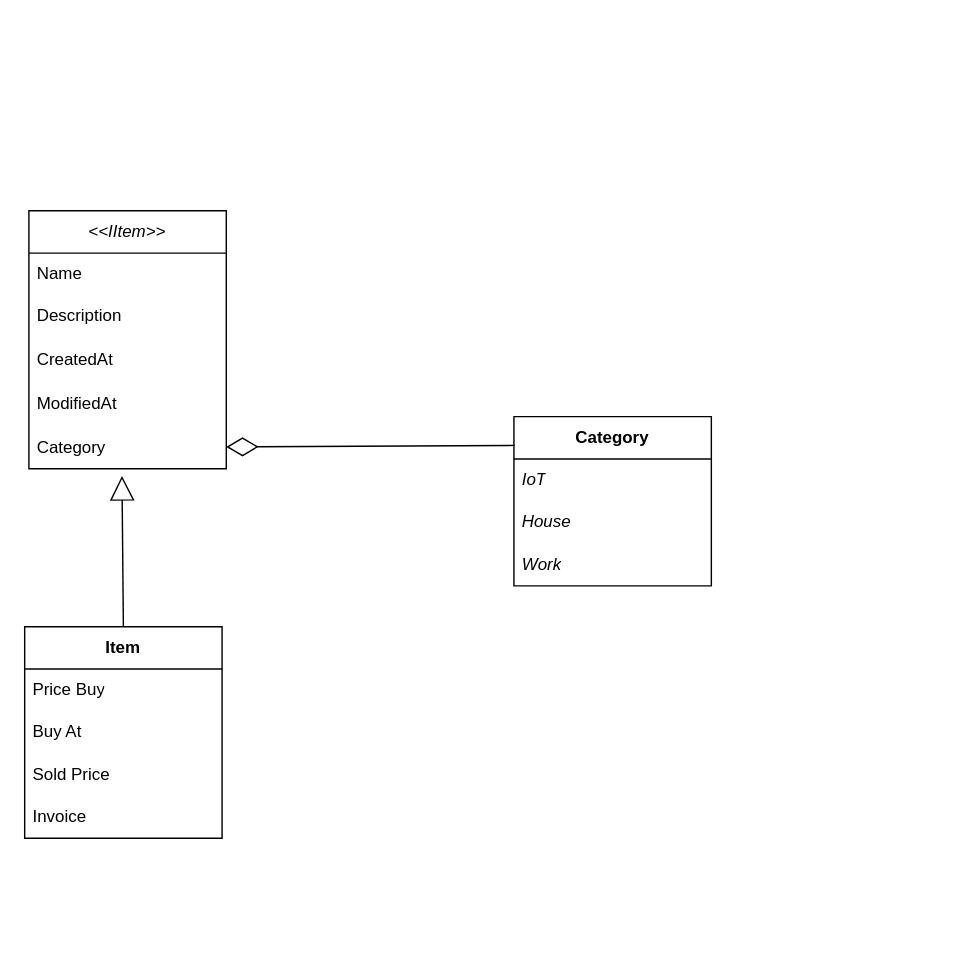
This is page "Page-4" (4 of 6) of ERP_Design.drawio from hththai/go-doc-service, a draw.io file, before an edit. Source tidied: cells renumbered, new cells numbered last; positions are measured from the earlier drawing's top-left corner, leaving out a move shared by most shapes. Both pictures are drawn from the tidied source at 141%, with x=0, y=0 at pixel (24, 210).
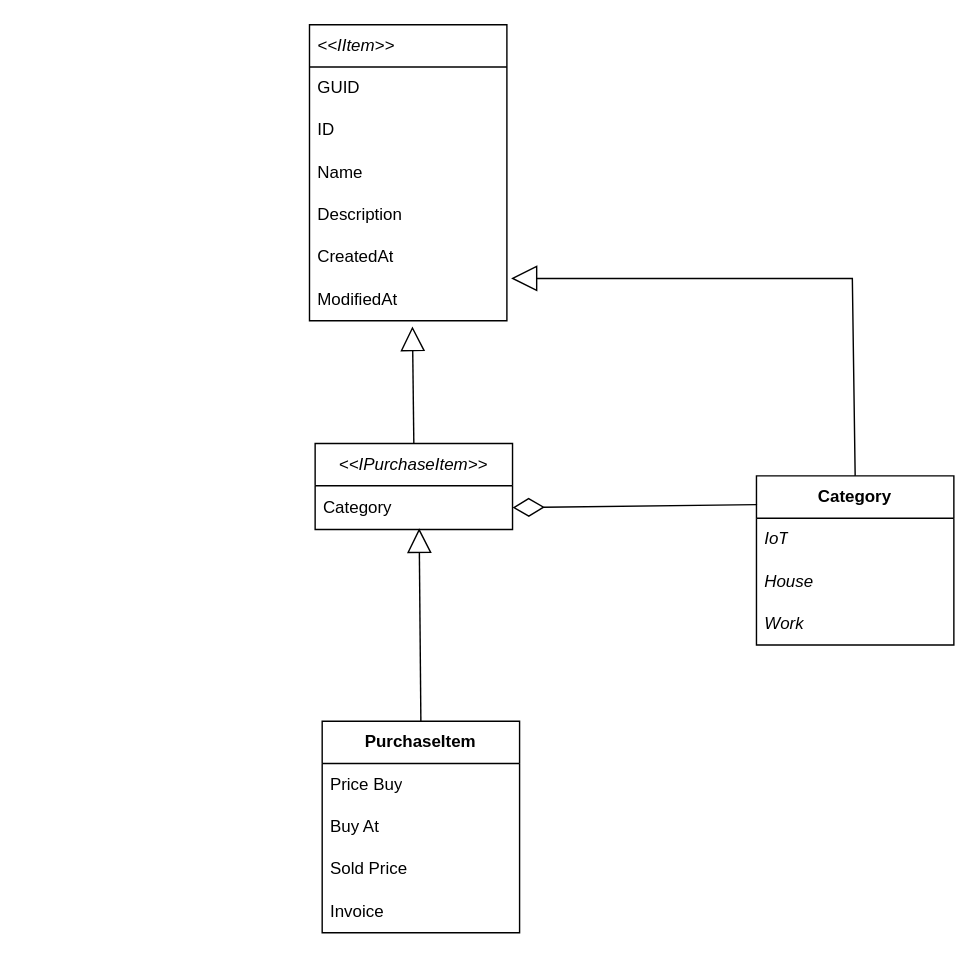
After the change.

Change to the diagram source:
```diff
@@
-    <mxCell id="2" value="&lt;i&gt;&amp;lt;&amp;lt;IItem&amp;gt;&amp;gt;&lt;/i&gt;" style="swimlane;fontStyle=0;horizontal=1;startSize=30;whiteSpace=wrap;html=1;" parent="1" vertex="1">
-      <mxGeometry x="3" width="140" height="183" as="geometry" />
+    <mxCell id="2" value="&lt;i&gt;&amp;lt;&amp;lt;IPurchaseItem&amp;gt;&amp;gt;&lt;/i&gt;" style="swimlane;fontStyle=0;horizontal=1;startSize=30;whiteSpace=wrap;html=1;" parent="1" vertex="1">
+      <mxGeometry x="206" y="165" width="140" height="61" as="geometry" />
     </mxCell>
-    <mxCell id="3" value="Name" style="text;strokeColor=none;fillColor=none;align=left;verticalAlign=middle;spacingLeft=4;spacingRight=4;overflow=hidden;whiteSpace=wrap;html=1;" parent="2" vertex="1">
-      <mxGeometry y="30" width="140" height="30" as="geometry" />
-    </mxCell>
-    <mxCell id="4" value="Description" style="text;strokeColor=none;fillColor=none;align=left;verticalAlign=middle;spacingLeft=4;spacingRight=4;overflow=hidden;whiteSpace=wrap;html=1;" parent="2" vertex="1">
-      <mxGeometry y="60" width="140" height="30" as="geometry" />
-    </mxCell>
-    <mxCell id="5" value="CreatedAt" style="text;strokeColor=none;fillColor=none;align=left;verticalAlign=middle;spacingLeft=4;spacingRight=4;overflow=hidden;whiteSpace=wrap;html=1;" parent="2" vertex="1">
-      <mxGeometry y="90" width="140" height="31" as="geometry" />
-    </mxCell>
-    <mxCell id="6" value="ModifiedAt" style="text;strokeColor=none;fillColor=none;align=left;verticalAlign=middle;spacingLeft=4;spacingRight=4;overflow=hidden;whiteSpace=wrap;html=1;" parent="2" vertex="1">
-      <mxGeometry y="121" width="140" height="31" as="geometry" />
-    </mxCell>
     <mxCell id="7" value="Category" style="text;strokeColor=none;fillColor=none;align=left;verticalAlign=middle;spacingLeft=4;spacingRight=4;overflow=hidden;points=[[0,0.5],[1,0.5]];portConstraint=eastwest;whiteSpace=wrap;html=1;" parent="2" vertex="1">
-      <mxGeometry y="152" width="140" height="31" as="geometry" />
+      <mxGeometry y="30" width="140" height="31" as="geometry" />
     </mxCell>
     <mxCell id="8" value="&lt;b&gt;Category&lt;/b&gt;" style="swimlane;fontStyle=0;horizontal=1;startSize=30;whiteSpace=wrap;html=1;align=center;verticalAlign=middle;spacingLeft=4;spacingRight=4;fontFamily=Helvetica;fontSize=12;fontColor=default;fillColor=none;gradientColor=none;" parent="1" vertex="1">
-      <mxGeometry x="347" y="146" width="140" height="120" as="geometry" />
+      <mxGeometry x="519" y="188" width="140" height="120" as="geometry" />
     </mxCell>
@@
-    <mxCell id="12" value="&lt;b&gt;Item&lt;/b&gt;" style="swimlane;fontStyle=0;horizontal=1;startSize=30;whiteSpace=wrap;html=1;align=center;verticalAlign=middle;spacingLeft=4;spacingRight=4;fontFamily=Helvetica;fontSize=12;fontColor=default;fillColor=none;gradientColor=none;" parent="1" vertex="1">
-      <mxGeometry y="295" width="140" height="150" as="geometry" />
+    <mxCell id="12" value="&lt;b&gt;PurchaseItem&lt;/b&gt;" style="swimlane;fontStyle=0;horizontal=1;startSize=30;whiteSpace=wrap;html=1;align=center;verticalAlign=middle;spacingLeft=4;spacingRight=4;fontFamily=Helvetica;fontSize=12;fontColor=default;fillColor=none;gradientColor=none;" parent="1" vertex="1">
+      <mxGeometry x="211" y="362" width="140" height="150" as="geometry" />
     </mxCell>
@@
-    <mxCell id="17" style="endArrow=block;html=1;rounded=0;fontFamily=Helvetica;fontSize=12;fontColor=default;exitX=0.5;exitY=0;exitDx=0;exitDy=0;endFill=0;endSize=15;" parent="1" edge="1" source="12">
-      <mxGeometry relative="1" as="geometry">
-        <mxPoint x="69" y="188" as="targetPoint" />
-      </mxGeometry>
+    <mxCell id="17" style="endArrow=block;html=1;rounded=0;fontFamily=Helvetica;fontSize=12;fontColor=default;exitX=0.5;exitY=0;exitDx=0;exitDy=0;endFill=0;endSize=15;entryX=0.527;entryY=0.974;entryDx=0;entryDy=0;entryPerimeter=0;" parent="1" edge="1" source="12" target="7">
+      <mxGeometry relative="1" as="geometry" />
     </mxCell>
@@
+    <mxCell id="19" value="&lt;i&gt;&amp;lt;&amp;lt;IItem&amp;gt;&amp;gt;&lt;/i&gt;" style="swimlane;fontStyle=0;horizontal=1;startSize=30;whiteSpace=wrap;html=1;align=left;verticalAlign=middle;spacingLeft=4;spacingRight=4;fontFamily=Helvetica;fontSize=12;fontColor=default;fillColor=none;gradientColor=none;" parent="1" vertex="1">
+      <mxGeometry x="202" y="-132" width="140" height="210" as="geometry" />
+    </mxCell>
+    <mxCell id="20" value="GUID" style="text;strokeColor=none;fillColor=none;align=left;verticalAlign=middle;spacingLeft=4;spacingRight=4;overflow=hidden;whiteSpace=wrap;html=1;fontFamily=Helvetica;fontSize=12;fontColor=default;" parent="19" vertex="1">
+      <mxGeometry y="30" width="140" height="30" as="geometry" />
+    </mxCell>
+    <mxCell id="21" value="ID" style="text;strokeColor=none;fillColor=none;align=left;verticalAlign=middle;spacingLeft=4;spacingRight=4;overflow=hidden;whiteSpace=wrap;html=1;fontFamily=Helvetica;fontSize=12;fontColor=default;" parent="19" vertex="1">
+      <mxGeometry y="60" width="140" height="30" as="geometry" />
+    </mxCell>
+    <mxCell id="3" value="Name" style="text;strokeColor=none;fillColor=none;align=left;verticalAlign=middle;spacingLeft=4;spacingRight=4;overflow=hidden;whiteSpace=wrap;html=1;fontFamily=Helvetica;fontSize=12;fontColor=default;" parent="19" vertex="1">
+      <mxGeometry y="90" width="140" height="30" as="geometry" />
+    </mxCell>
+    <mxCell id="4" value="Description" style="text;strokeColor=none;fillColor=none;align=left;verticalAlign=middle;spacingLeft=4;spacingRight=4;overflow=hidden;whiteSpace=wrap;html=1;fontFamily=Helvetica;fontSize=12;fontColor=default;" parent="19" vertex="1">
+      <mxGeometry y="120" width="140" height="30" as="geometry" />
+    </mxCell>
+    <mxCell id="5" value="CreatedAt" style="text;strokeColor=none;fillColor=none;align=left;verticalAlign=middle;spacingLeft=4;spacingRight=4;overflow=hidden;whiteSpace=wrap;html=1;fontFamily=Helvetica;fontSize=12;fontColor=default;" parent="19" vertex="1">
+      <mxGeometry y="150" width="140" height="30" as="geometry" />
+    </mxCell>
+    <mxCell id="6" value="ModifiedAt" style="text;strokeColor=none;fillColor=none;align=left;verticalAlign=middle;spacingLeft=4;spacingRight=4;overflow=hidden;whiteSpace=wrap;html=1;fontFamily=Helvetica;fontSize=12;fontColor=default;" parent="19" vertex="1">
+      <mxGeometry y="180" width="140" height="30" as="geometry" />
+    </mxCell>
+    <mxCell id="22" style="endArrow=block;html=1;rounded=0;fontFamily=Helvetica;fontSize=12;fontColor=default;exitX=0.5;exitY=0;exitDx=0;exitDy=0;endFill=0;endSize=15;" parent="1" edge="1" source="2">
+      <mxGeometry relative="1" as="geometry">
+        <mxPoint x="275" y="82" as="targetPoint" />
+      </mxGeometry>
+    </mxCell>
+    <mxCell id="23" style="endArrow=block;html=1;rounded=0;fontFamily=Helvetica;fontSize=12;fontColor=default;exitX=0.5;exitY=0;exitDx=0;exitDy=0;endFill=0;endSize=16;" parent="1" edge="1" source="8">
+      <mxGeometry relative="1" as="geometry">
+        <mxPoint x="345" y="48" as="targetPoint" />
+        <Array as="points">
+          <mxPoint x="587" y="48" />
+        </Array>
+      </mxGeometry>
+    </mxCell>
```
